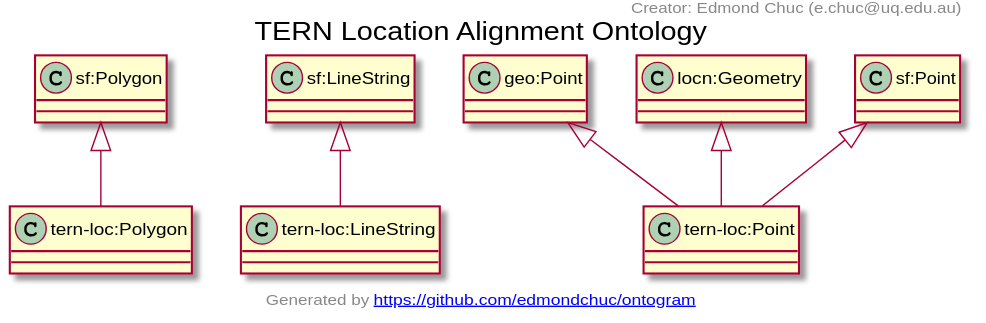
Above: docs/tern-loc.ttl.txt.svg in ternaustralia/ontology_tern-loc (PlantUML), before the change.
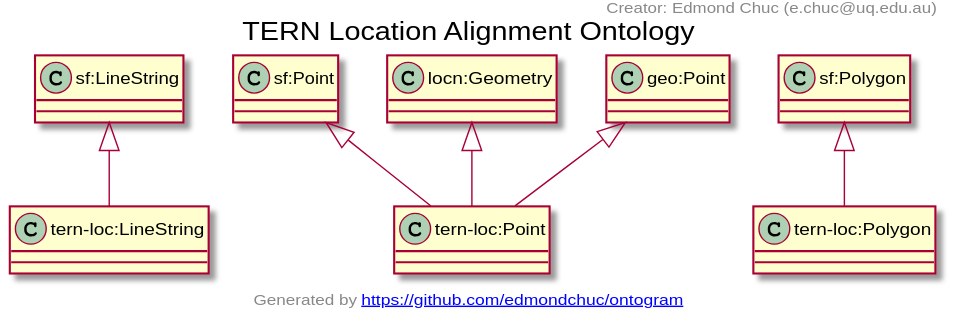
Later version of the same file.

Commit message:
Added some notes and examples for tern-loc:datum

What changed in the source:
```diff
@@ -1,15 +1,15 @@
 @startuml
 title TERN Location Alignment Ontology
+"sf:LineString" <|-- "tern-loc:LineString"
+"sf:Point" <|-- "tern-loc:Point"
+"locn:Geometry" <|-- "tern-loc:Point"
+"geo:Point" <|-- "tern-loc:Point"
 "sf:Polygon" <|-- "tern-loc:Polygon"
-"sf:LineString" <|-- "tern-loc:LineString"
-"geo:Point" <|-- "tern-loc:Point"
-"locn:Geometry" <|-- "tern-loc:Point"
-"sf:Point" <|-- "tern-loc:Point"
-Class "tern-loc:Polygon" [[https://w3id.org/tern/ontologies/loc/Polygon]] {
-}
 Class "tern-loc:LineString" [[https://w3id.org/tern/ontologies/loc/LineString]] {
 }
 Class "tern-loc:Point" [[https://w3id.org/tern/ontologies/loc/Point]] {
+}
+Class "tern-loc:Polygon" [[https://w3id.org/tern/ontologies/loc/Polygon]] {
 }
 header
 Creator: Edmond Chuc (e.chuc@uq.edu.au)
```
